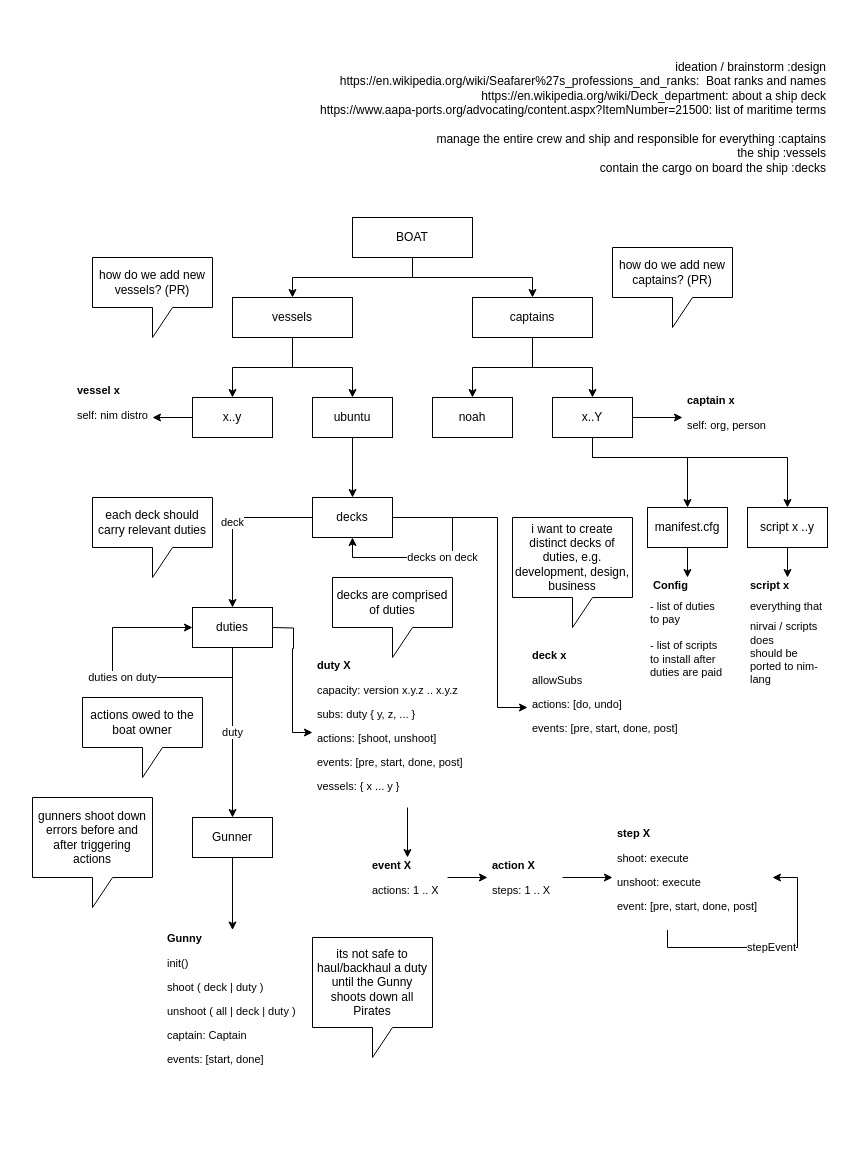
Above: ADRs/boat_design.drawio in noahehall/boat (draw.io), before the change. Source tidied: cells renumbered, new cells numbered last; positions are measured from the earlier drawing's top-left corner, leaving out a move shared by most shapes. Both pictures are drawn from the tidied source at 100%, with x=0, y=0 at pixel (32, 52).
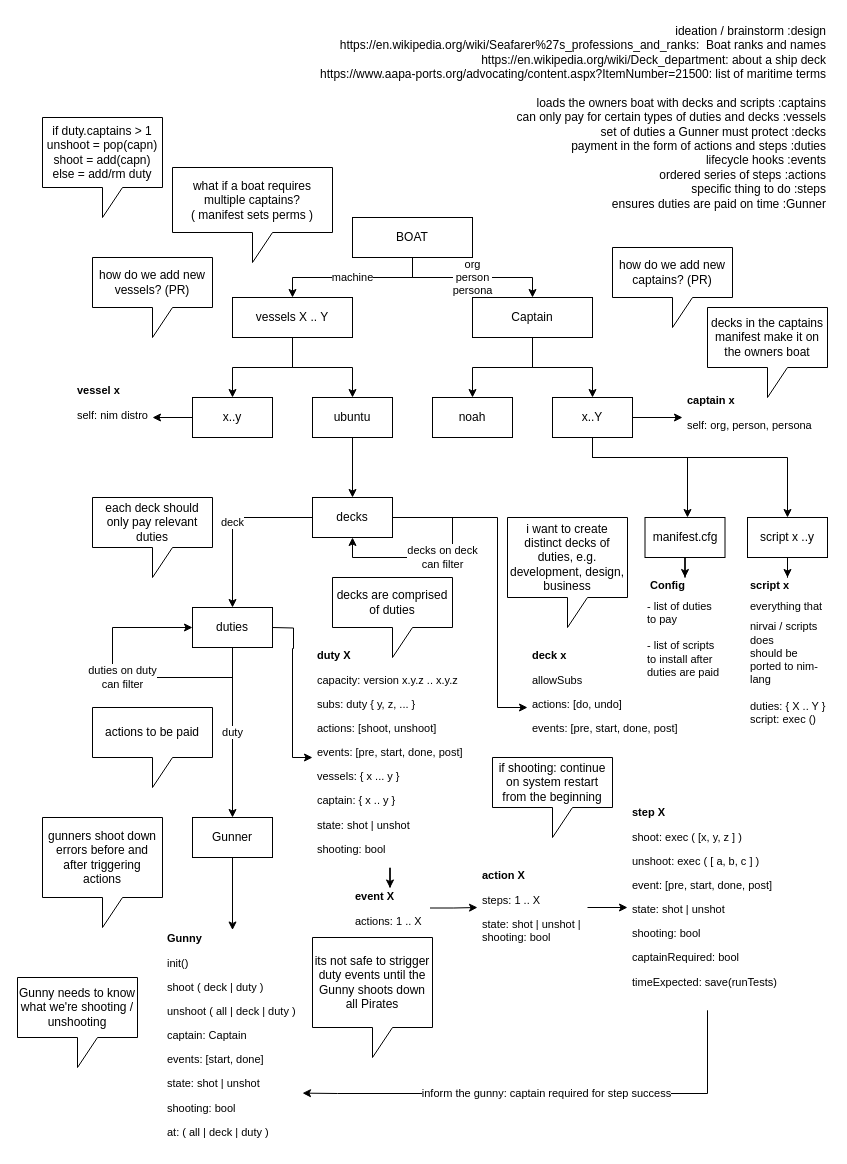
The same diagram, later.

Unchanged cells that the change refers to:
```xml
<mxCell id="5" value="BOAT" style="whiteSpace=wrap;html=1;" parent="1" vertex="1">
  <mxGeometry x="320" y="165" width="120" height="40" as="geometry" />
</mxCell>
<mxCell id="25" value="decks" style="whiteSpace=wrap;html=1;" parent="1" vertex="1">
  <mxGeometry x="280" y="445" width="80" height="40" as="geometry" />
</mxCell>
<mxCell id="28" value="duties" style="whiteSpace=wrap;html=1;" parent="1" vertex="1">
  <mxGeometry x="160" y="555" width="80" height="40" as="geometry" />
</mxCell>
```

The edit, as a diff of the source:
```diff
@@
-    <mxCell id="2" value="&amp;nbsp;ideation / brainstorm :design&lt;br&gt;https://en.wikipedia.org/wiki/Seafarer%27s_professions_and_ranks:&amp;nbsp; Boat ranks and names&lt;br&gt;https://en.wikipedia.org/wiki/Deck_department: about a ship deck&lt;br&gt;https://www.aapa-ports.org/advocating/content.aspx?ItemNumber=21500: list of maritime terms&lt;br&gt;&lt;br&gt;&amp;nbsp; manage the entire crew and ship and responsible for everything :captains&lt;br&gt;&amp;nbsp;the ship :vessels&lt;br&gt;&amp;nbsp;contain the cargo on board the ship :decks" style="text;html=1;align=right;verticalAlign=middle;strokeColor=none;fillColor=none;" parent="1" vertex="1">
-      <mxGeometry x="265" width="530" height="130" as="geometry" />
+    <mxCell id="2" value="&amp;nbsp;ideation / brainstorm :design&lt;br&gt;https://en.wikipedia.org/wiki/Seafarer%27s_professions_and_ranks:&amp;nbsp; Boat ranks and names&lt;br&gt;https://en.wikipedia.org/wiki/Deck_department: about a ship deck&lt;br&gt;https://www.aapa-ports.org/advocating/content.aspx?ItemNumber=21500: list of maritime terms&lt;br&gt;&lt;br&gt;&amp;nbsp; loads the owners boat with decks and scripts :captains&lt;br&gt;&amp;nbsp;can only pay for certain types of duties and decks :vessels&lt;br&gt;&amp;nbsp;set of duties a Gunner must protect :decks&lt;br&gt;&amp;nbsp;payment in the form of actions and steps :duties&lt;br&gt;&amp;nbsp;lifecycle hooks :events&lt;br&gt;&amp;nbsp; &amp;nbsp;ordered series of steps :actions&lt;br&gt;&amp;nbsp;specific thing to do :steps&lt;br&gt;&amp;nbsp;ensures duties are paid on time :Gunner" style="text;html=1;align=right;verticalAlign=middle;strokeColor=none;fillColor=none;" parent="1" vertex="1">
+      <mxGeometry x="265" y="-35" width="530" height="200" as="geometry" />
     </mxCell>
-    <mxCell id="3" style="edgeStyle=orthogonalEdgeStyle;rounded=0;jettySize=auto;html=1;" parent="1" edge="1" source="5" target="8">
+    <mxCell id="3" value="machine" style="edgeStyle=orthogonalEdgeStyle;rounded=0;jettySize=auto;html=1;" parent="1" edge="1" source="5" target="8">
       <mxGeometry relative="1" as="geometry" />
     </mxCell>
-    <mxCell id="4" style="edgeStyle=orthogonalEdgeStyle;rounded=0;jettySize=auto;html=1;" parent="1" edge="1" source="5" target="11">
+    <mxCell id="4" value="org&lt;br&gt;person&lt;br&gt;persona" style="edgeStyle=orthogonalEdgeStyle;rounded=0;jettySize=auto;html=1;" parent="1" edge="1" source="5" target="11">
       <mxGeometry relative="1" as="geometry" />
     </mxCell>
@@
-    <mxCell id="8" value="vessels" style="whiteSpace=wrap;html=1;" parent="1" vertex="1">
+    <mxCell id="8" value="vessels X .. Y" style="whiteSpace=wrap;html=1;" parent="1" vertex="1">
       <mxGeometry x="200" y="245" width="120" height="40" as="geometry" />
     </mxCell>
@@
-    <mxCell id="11" value="captains" style="whiteSpace=wrap;html=1;" parent="1" vertex="1">
+    <mxCell id="11" value="Captain" style="whiteSpace=wrap;html=1;" parent="1" vertex="1">
       <mxGeometry x="440" y="245" width="120" height="40" as="geometry" />
     </mxCell>
@@
-    <mxCell id="21" value="each deck should carry relevant duties" style="shape=callout;whiteSpace=wrap;html=1;perimeter=calloutPerimeter;" parent="1" vertex="1">
+    <mxCell id="21" value="each deck should only pay relevant duties" style="shape=callout;whiteSpace=wrap;html=1;perimeter=calloutPerimeter;" parent="1" vertex="1">
       <mxGeometry x="60" y="445" width="120" height="80" as="geometry" />
     </mxCell>
@@
-    <mxCell id="23" value="decks on deck" style="edgeStyle=orthogonalEdgeStyle;rounded=0;orthogonalLoop=1;jettySize=auto;html=1;fontSize=11;entryX=0.5;entryY=1;entryDx=0;entryDy=0;" parent="1" edge="1" source="25" target="25">
+    <mxCell id="23" value="decks on deck&lt;br&gt;can filter" style="edgeStyle=orthogonalEdgeStyle;rounded=0;orthogonalLoop=1;jettySize=auto;html=1;fontSize=11;entryX=0.5;entryY=1;entryDx=0;entryDy=0;" parent="1" edge="1" source="25" target="25">
       <mxGeometry relative="1" as="geometry">
         <Array as="points">
           <mxPoint x="420" y="465" />
           <mxPoint x="420" y="505" />
           <mxPoint x="320" y="505" />
         </Array>
       </mxGeometry>
     </mxCell>
@@
-    <mxCell id="27" value="duties on duty" style="edgeStyle=orthogonalEdgeStyle;rounded=0;orthogonalLoop=1;jettySize=auto;html=1;fontSize=11;entryX=0;entryY=0.5;entryDx=0;entryDy=0;" parent="1" edge="1" source="28" target="28">
+    <mxCell id="27" value="duties on duty&lt;br&gt;can filter" style="edgeStyle=orthogonalEdgeStyle;rounded=0;orthogonalLoop=1;jettySize=auto;html=1;fontSize=11;entryX=0;entryY=0.5;entryDx=0;entryDy=0;" parent="1" edge="1" source="28" target="28">
       <mxGeometry relative="1" as="geometry">
         <Array as="points">
           <mxPoint x="200" y="625" />
           <mxPoint x="80" y="625" />
           <mxPoint x="80" y="575" />
         </Array>
       </mxGeometry>
     </mxCell>
@@
-    <mxCell id="29" value="actions owed to the boat owner" style="shape=callout;whiteSpace=wrap;html=1;perimeter=calloutPerimeter;" parent="1" vertex="1">
-      <mxGeometry x="50" y="645" width="120" height="80" as="geometry" />
+    <mxCell id="29" value="actions to be paid" style="shape=callout;whiteSpace=wrap;html=1;perimeter=calloutPerimeter;" parent="1" vertex="1">
+      <mxGeometry x="60" y="655" width="120" height="80" as="geometry" />
     </mxCell>
@@
     <mxCell id="32" value="i want to create distinct decks of duties, e.g. development, design, business" style="shape=callout;whiteSpace=wrap;html=1;perimeter=calloutPerimeter;" parent="1" vertex="1">
-      <mxGeometry x="480" y="465" width="120" height="110" as="geometry" />
+      <mxGeometry x="475" y="465" width="120" height="110" as="geometry" />
     </mxCell>
@@
     <mxCell id="35" value="gunners shoot down errors before and after triggering actions" style="shape=callout;whiteSpace=wrap;html=1;perimeter=calloutPerimeter;" parent="1" vertex="1">
-      <mxGeometry y="745" width="120" height="110" as="geometry" />
+      <mxGeometry x="10" y="765" width="120" height="110" as="geometry" />
     </mxCell>
@@
-    <mxCell id="37" value="&lt;h1 style=&quot;font-size: 11px;&quot;&gt;duty X&lt;/h1&gt;&lt;p style=&quot;font-size: 11px;&quot;&gt;capacity: version x.y.z .. x.y.z&lt;/p&gt;&lt;p style=&quot;font-size: 11px;&quot;&gt;subs: duty { y, z, ... }&lt;/p&gt;&lt;p style=&quot;font-size: 11px;&quot;&gt;actions: [shoot, unshoot]&lt;/p&gt;&lt;p style=&quot;font-size: 11px;&quot;&gt;events: [pre, start, done, post]&lt;/p&gt;&lt;p style=&quot;font-size: 11px;&quot;&gt;vessels: { x ... y }&lt;/p&gt;" style="text;html=1;strokeColor=none;fillColor=none;spacing=5;spacingTop=-15;whiteSpace=wrap;overflow=hidden;rounded=0;comic=0;fontSize=11;" parent="1" vertex="1">
-      <mxGeometry x="280" y="605" width="190" height="150" as="geometry" />
+    <mxCell id="37" value="&lt;h1 style=&quot;font-size: 11px;&quot;&gt;duty X&lt;/h1&gt;&lt;p style=&quot;font-size: 11px;&quot;&gt;capacity: version x.y.z .. x.y.z&lt;/p&gt;&lt;p style=&quot;font-size: 11px;&quot;&gt;subs: duty { y, z, ... }&lt;/p&gt;&lt;p style=&quot;font-size: 11px;&quot;&gt;actions: [shoot, unshoot]&lt;/p&gt;&lt;p style=&quot;font-size: 11px;&quot;&gt;events: [pre, start, done, post]&lt;/p&gt;&lt;p style=&quot;font-size: 11px;&quot;&gt;vessels: { x ... y }&lt;/p&gt;&lt;p style=&quot;font-size: 11px;&quot;&gt;captain: { x .. y }&lt;/p&gt;&lt;p style=&quot;font-size: 11px;&quot;&gt;state: shot | unshot&lt;/p&gt;&lt;p style=&quot;font-size: 11px;&quot;&gt;shooting: bool&lt;/p&gt;" style="text;html=1;strokeColor=none;fillColor=none;spacing=5;spacingTop=-15;whiteSpace=wrap;overflow=hidden;rounded=0;comic=0;fontSize=11;" parent="1" vertex="1">
+      <mxGeometry x="280" y="595" width="155" height="220" as="geometry" />
     </mxCell>
@@
-    <mxCell id="41" value="&lt;h1 style=&quot;font-size: 11px;&quot;&gt;action X&lt;/h1&gt;&lt;p style=&quot;font-size: 11px;&quot;&gt;steps: 1 .. X&lt;/p&gt;&lt;p style=&quot;font-size: 11px;&quot;&gt;&lt;br&gt;&lt;/p&gt;" style="text;html=1;strokeColor=none;fillColor=none;spacing=5;spacingTop=-15;whiteSpace=wrap;overflow=hidden;rounded=0;comic=0;fontSize=11;" parent="1" vertex="1">
-      <mxGeometry x="455" y="805" width="75" height="40" as="geometry" />
+    <mxCell id="41" value="&lt;h1 style=&quot;font-size: 11px;&quot;&gt;action X&lt;/h1&gt;&lt;p style=&quot;font-size: 11px;&quot;&gt;steps: 1 .. X&lt;/p&gt;&lt;p style=&quot;font-size: 11px;&quot;&gt;state: shot | unshot | shooting: bool&lt;/p&gt;" style="text;html=1;strokeColor=none;fillColor=none;spacing=5;spacingTop=-15;whiteSpace=wrap;overflow=hidden;rounded=0;comic=0;fontSize=11;" parent="1" vertex="1">
+      <mxGeometry x="445" y="815" width="110" height="80" as="geometry" />
     </mxCell>
-    <mxCell id="42" value="stepEvent" style="edgeStyle=orthogonalEdgeStyle;rounded=0;orthogonalLoop=1;jettySize=auto;html=1;fontSize=11;entryX=1;entryY=0.5;entryDx=0;entryDy=0;" parent="1" edge="1" source="43" target="43">
-      <mxGeometry relative="1" as="geometry">
-        <Array as="points">
-          <mxPoint x="635" y="895" />
-          <mxPoint x="765" y="895" />
-          <mxPoint x="765" y="825" />
-        </Array>
-      </mxGeometry>
-    </mxCell>
+    <mxCell id="57" value="inform the gunny: captain required for step success" style="edgeStyle=orthogonalEdgeStyle;rounded=0;jettySize=auto;html=1;entryX=1;entryY=0.75;entryDx=0;entryDy=0;" parent="1" edge="1" source="43" target="46">
+      <mxGeometry relative="1" as="geometry">
+        <Array as="points">
+          <mxPoint x="675" y="1041" />
+          <mxPoint x="305" y="1041" />
+        </Array>
+      </mxGeometry>
+    </mxCell>
-    <mxCell id="43" value="&lt;h1 style=&quot;font-size: 11px;&quot;&gt;step X&lt;/h1&gt;&lt;p style=&quot;font-size: 11px;&quot;&gt;shoot: execute&lt;/p&gt;&lt;p style=&quot;font-size: 11px;&quot;&gt;unshoot: execute&lt;/p&gt;&lt;p style=&quot;font-size: 11px;&quot;&gt;event: [pre, start, done, post]&lt;/p&gt;" style="text;html=1;strokeColor=none;fillColor=none;spacing=5;spacingTop=-15;whiteSpace=wrap;overflow=hidden;rounded=0;comic=0;fontSize=11;" parent="1" vertex="1">
-      <mxGeometry x="580" y="772.5" width="160" height="105" as="geometry" />
+    <mxCell id="43" value="&lt;h1 style=&quot;font-size: 11px;&quot;&gt;step X&lt;/h1&gt;&lt;p style=&quot;font-size: 11px;&quot;&gt;shoot: exec ( [x, y, z ] )&lt;/p&gt;&lt;p style=&quot;font-size: 11px;&quot;&gt;unshoot: exec ( [ a, b, c ] )&lt;/p&gt;&lt;p style=&quot;font-size: 11px;&quot;&gt;event: [pre, start, done, post]&lt;/p&gt;&lt;p style=&quot;font-size: 11px;&quot;&gt;state: shot | unshot&lt;/p&gt;&lt;p style=&quot;font-size: 11px;&quot;&gt;shooting: bool&lt;/p&gt;&lt;p style=&quot;font-size: 11px;&quot;&gt;captainRequired: bool&lt;/p&gt;&lt;p style=&quot;font-size: 11px;&quot;&gt;timeExpected: save(runTests)&lt;/p&gt;" style="text;html=1;strokeColor=none;fillColor=none;spacing=5;spacingTop=-15;whiteSpace=wrap;overflow=hidden;rounded=0;comic=0;fontSize=11;" parent="1" vertex="1">
+      <mxGeometry x="595" y="752.2" width="160" height="205.6" as="geometry" />
     </mxCell>
@@
     <mxCell id="45" value="&lt;h1 style=&quot;font-size: 11px;&quot;&gt;event X&lt;/h1&gt;&lt;p style=&quot;font-size: 11px;&quot;&gt;actions: 1 .. X&lt;/p&gt;&lt;p style=&quot;font-size: 11px;&quot;&gt;&lt;br&gt;&lt;/p&gt;" style="text;html=1;strokeColor=none;fillColor=none;spacing=5;spacingTop=-15;whiteSpace=wrap;overflow=hidden;rounded=0;comic=0;fontSize=11;" parent="1" vertex="1">
-      <mxGeometry x="335" y="805" width="80" height="40" as="geometry" />
+      <mxGeometry x="317.5" y="835.5" width="80" height="40" as="geometry" />
     </mxCell>
-    <mxCell id="46" value="&lt;h1 style=&quot;font-size: 11px;&quot;&gt;Gunny&amp;nbsp;&lt;/h1&gt;&lt;p style=&quot;font-size: 11px;&quot;&gt;init()&lt;/p&gt;&lt;p style=&quot;font-size: 11px;&quot;&gt;shoot ( deck | duty )&lt;/p&gt;&lt;p style=&quot;font-size: 11px;&quot;&gt;&lt;span style=&quot;background-color: initial;&quot;&gt;unshoot ( all | deck | duty )&lt;/span&gt;&lt;br&gt;&lt;/p&gt;&lt;p style=&quot;font-size: 11px;&quot;&gt;&lt;span style=&quot;background-color: initial;&quot;&gt;captain: Captain&lt;/span&gt;&lt;/p&gt;&lt;p style=&quot;font-size: 11px;&quot;&gt;&lt;span style=&quot;background-color: initial;&quot;&gt;events: [start, done]&lt;/span&gt;&lt;/p&gt;" style="text;html=1;strokeColor=none;fillColor=none;spacing=5;spacingTop=-15;whiteSpace=wrap;overflow=hidden;rounded=0;comic=0;fontSize=11;" parent="1" vertex="1">
-      <mxGeometry x="130" y="877.5" width="140" height="147.5" as="geometry" />
+    <mxCell id="46" value="&lt;h1 style=&quot;font-size: 11px;&quot;&gt;Gunny&amp;nbsp;&lt;/h1&gt;&lt;p style=&quot;font-size: 11px;&quot;&gt;init()&lt;/p&gt;&lt;p style=&quot;font-size: 11px;&quot;&gt;shoot ( deck | duty )&lt;/p&gt;&lt;p style=&quot;font-size: 11px;&quot;&gt;&lt;span style=&quot;background-color: initial;&quot;&gt;unshoot ( all | deck | duty )&lt;/span&gt;&lt;br&gt;&lt;/p&gt;&lt;p style=&quot;font-size: 11px;&quot;&gt;&lt;span style=&quot;background-color: initial;&quot;&gt;captain: Captain&lt;/span&gt;&lt;/p&gt;&lt;p style=&quot;font-size: 11px;&quot;&gt;&lt;span style=&quot;background-color: initial;&quot;&gt;events: [start, done]&lt;/span&gt;&lt;/p&gt;&lt;p style=&quot;font-size: 11px;&quot;&gt;&lt;span style=&quot;background-color: initial;&quot;&gt;state: shot | unshot&lt;/span&gt;&lt;/p&gt;&lt;p style=&quot;font-size: 11px;&quot;&gt;&lt;span style=&quot;background-color: initial;&quot;&gt;shooting: bool&lt;/span&gt;&lt;/p&gt;&lt;p style=&quot;font-size: 11px;&quot;&gt;&lt;span style=&quot;background-color: initial;&quot;&gt;at: ( all | deck | duty )&lt;/span&gt;&lt;/p&gt;" style="text;html=1;strokeColor=none;fillColor=none;spacing=5;spacingTop=-15;whiteSpace=wrap;overflow=hidden;rounded=0;comic=0;fontSize=11;" parent="1" vertex="1">
+      <mxGeometry x="130" y="877.5" width="140" height="217.5" as="geometry" />
     </mxCell>
@@
-    <mxCell id="48" value="&lt;h1 style=&quot;font-size: 11px;&quot;&gt;captain x&lt;/h1&gt;&lt;p style=&quot;font-size: 11px;&quot;&gt;self: org, person&lt;/p&gt;" style="text;html=1;strokeColor=none;fillColor=none;spacing=5;spacingTop=-15;whiteSpace=wrap;overflow=hidden;rounded=0;comic=0;fontSize=11;" parent="1" vertex="1">
-      <mxGeometry x="650" y="340" width="110" height="50" as="geometry" />
+    <mxCell id="48" value="&lt;h1 style=&quot;font-size: 11px;&quot;&gt;captain x&lt;/h1&gt;&lt;p style=&quot;font-size: 11px;&quot;&gt;self: org, person, persona&lt;/p&gt;" style="text;html=1;strokeColor=none;fillColor=none;spacing=5;spacingTop=-15;whiteSpace=wrap;overflow=hidden;rounded=0;comic=0;fontSize=11;" parent="1" vertex="1">
+      <mxGeometry x="650" y="340" width="145" height="50" as="geometry" />
     </mxCell>
@@
     <mxCell id="50" value="manifest.cfg" style="whiteSpace=wrap;html=1;" parent="1" vertex="1">
-      <mxGeometry x="615" y="455" width="80" height="40" as="geometry" />
+      <mxGeometry x="612.5" y="465" width="80" height="40" as="geometry" />
     </mxCell>
-    <mxCell id="51" value="its not safe to haul/backhaul a duty until the Gunny shoots down all Pirates" style="shape=callout;whiteSpace=wrap;html=1;perimeter=calloutPerimeter;" parent="1" vertex="1">
+    <mxCell id="51" value="its not safe to strigger duty events until the Gunny shoots down all Pirates" style="shape=callout;whiteSpace=wrap;html=1;perimeter=calloutPerimeter;" parent="1" vertex="1">
       <mxGeometry x="280" y="885" width="120" height="120" as="geometry" />
     </mxCell>
@@
     <mxCell id="54" value="script x ..y" style="whiteSpace=wrap;html=1;" parent="1" vertex="1">
-      <mxGeometry x="715" y="455" width="80" height="40" as="geometry" />
+      <mxGeometry x="715" y="465" width="80" height="40" as="geometry" />
     </mxCell>
-    <mxCell id="55" value="&lt;h1 style=&quot;font-size: 11px;&quot;&gt;&lt;span style=&quot;background-color: initial;&quot;&gt;script x&amp;nbsp;&lt;/span&gt;&lt;/h1&gt;&lt;h1 style=&quot;font-size: 11px;&quot;&gt;&lt;span style=&quot;font-weight: 400;&quot;&gt;everything that&lt;/span&gt;&lt;/h1&gt;&lt;div&gt;&lt;span style=&quot;font-weight: 400;&quot;&gt;nirvai / scripts does&lt;/span&gt;&lt;/div&gt;&lt;div&gt;&lt;span style=&quot;font-weight: 400;&quot;&gt;should be ported to nim-lang&lt;/span&gt;&lt;/div&gt;" style="text;html=1;strokeColor=none;fillColor=none;spacing=5;spacingTop=-15;whiteSpace=wrap;overflow=hidden;rounded=0;comic=0;fontSize=11;" parent="1" vertex="1">
-      <mxGeometry x="712.5" y="525" width="85" height="120" as="geometry" />
+    <mxCell id="55" value="&lt;h1 style=&quot;font-size: 11px;&quot;&gt;&lt;span style=&quot;background-color: initial;&quot;&gt;script x&amp;nbsp;&lt;/span&gt;&lt;/h1&gt;&lt;h1 style=&quot;font-size: 11px;&quot;&gt;&lt;span style=&quot;font-weight: 400;&quot;&gt;everything that&lt;/span&gt;&lt;/h1&gt;&lt;div&gt;&lt;span style=&quot;font-weight: 400;&quot;&gt;nirvai / scripts does&lt;/span&gt;&lt;/div&gt;&lt;div&gt;&lt;span style=&quot;font-weight: 400;&quot;&gt;should be ported to nim-lang&lt;/span&gt;&lt;/div&gt;&lt;div&gt;&lt;span style=&quot;font-weight: 400;&quot;&gt;&lt;br&gt;&lt;/span&gt;&lt;/div&gt;&lt;div&gt;&lt;span style=&quot;font-weight: 400;&quot;&gt;duties: { X .. Y }&lt;/span&gt;&lt;/div&gt;&lt;div&gt;script: exec ()&lt;/div&gt;" style="text;html=1;strokeColor=none;fillColor=none;spacing=5;spacingTop=-15;whiteSpace=wrap;overflow=hidden;rounded=0;comic=0;fontSize=11;" parent="1" vertex="1">
+      <mxGeometry x="712.5" y="525" width="85" height="210" as="geometry" />
     </mxCell>
-    <mxCell id="56" value="&lt;h1 style=&quot;font-size: 11px;&quot;&gt;&lt;span style=&quot;background-color: initial;&quot;&gt;&amp;nbsp;Config&lt;/span&gt;&lt;/h1&gt;&lt;div&gt;&lt;span style=&quot;background-color: initial;&quot;&gt;- list of duties&lt;/span&gt;&lt;/div&gt;&lt;div&gt;&lt;span style=&quot;background-color: initial;&quot;&gt;to pay&lt;/span&gt;&lt;/div&gt;&lt;div&gt;&lt;span style=&quot;background-color: initial;&quot;&gt;&lt;br&gt;&lt;/span&gt;&lt;/div&gt;&lt;div&gt;&lt;span style=&quot;background-color: initial;&quot;&gt;- list of scripts to install after duties are paid&lt;/span&gt;&lt;/div&gt;" style="text;html=1;strokeColor=none;fillColor=none;spacing=5;spacingTop=-15;whiteSpace=wrap;overflow=hidden;rounded=0;comic=0;fontSize=11;" parent="1" vertex="1">
-      <mxGeometry x="612.5" y="525" width="85" height="120" as="geometry" />
+    <mxCell id="56" value="&lt;h1 style=&quot;font-size: 11px;&quot;&gt;&lt;span style=&quot;background-color: initial;&quot;&gt;&amp;nbsp;Config&lt;/span&gt;&lt;/h1&gt;&lt;div&gt;&lt;span style=&quot;background-color: initial;&quot;&gt;- list of duties&lt;/span&gt;&lt;/div&gt;&lt;div&gt;&lt;span style=&quot;background-color: initial;&quot;&gt;to pay&lt;/span&gt;&lt;/div&gt;&lt;div&gt;&lt;span style=&quot;background-color: initial;&quot;&gt;&lt;br&gt;&lt;/span&gt;&lt;/div&gt;&lt;div&gt;&lt;span style=&quot;background-color: initial;&quot;&gt;- list of scripts to install after duties are paid&lt;/span&gt;&lt;/div&gt;&lt;div&gt;&lt;br&gt;&lt;/div&gt;" style="text;html=1;strokeColor=none;fillColor=none;spacing=5;spacingTop=-15;whiteSpace=wrap;overflow=hidden;rounded=0;comic=0;fontSize=11;" parent="1" vertex="1">
+      <mxGeometry x="610" y="525" width="85" height="120" as="geometry" />
     </mxCell>
+    <mxCell id="58" value="if shooting: continue on system restart from the beginning" style="shape=callout;whiteSpace=wrap;html=1;perimeter=calloutPerimeter;" parent="1" vertex="1">
+      <mxGeometry x="460" y="705" width="120" height="80" as="geometry" />
+    </mxCell>
+    <mxCell id="59" value="Gunny needs to know what we're shooting / unshooting" style="shape=callout;whiteSpace=wrap;html=1;perimeter=calloutPerimeter;" parent="1" vertex="1">
+      <mxGeometry x="-15" y="925" width="120" height="90" as="geometry" />
+    </mxCell>
+    <mxCell id="60" value="decks in the captains manifest make it on the owners boat" style="shape=callout;whiteSpace=wrap;html=1;perimeter=calloutPerimeter;" parent="1" vertex="1">
+      <mxGeometry x="675" y="255" width="120" height="90" as="geometry" />
+    </mxCell>
+    <mxCell id="61" value="what if a boat requires multiple captains?&lt;br&gt;( manifest sets perms )" style="shape=callout;whiteSpace=wrap;html=1;perimeter=calloutPerimeter;" parent="1" vertex="1">
+      <mxGeometry x="140" y="115" width="160" height="95" as="geometry" />
+    </mxCell>
+    <mxCell id="62" value="if duty.captains &amp;gt; 1&lt;br&gt;unshoot = pop(capn)&lt;br&gt;shoot = add(capn)&lt;br&gt;else = add/rm duty" style="shape=callout;whiteSpace=wrap;html=1;perimeter=calloutPerimeter;" parent="1" vertex="1">
+      <mxGeometry x="10" y="65" width="120" height="100" as="geometry" />
+    </mxCell>
```
